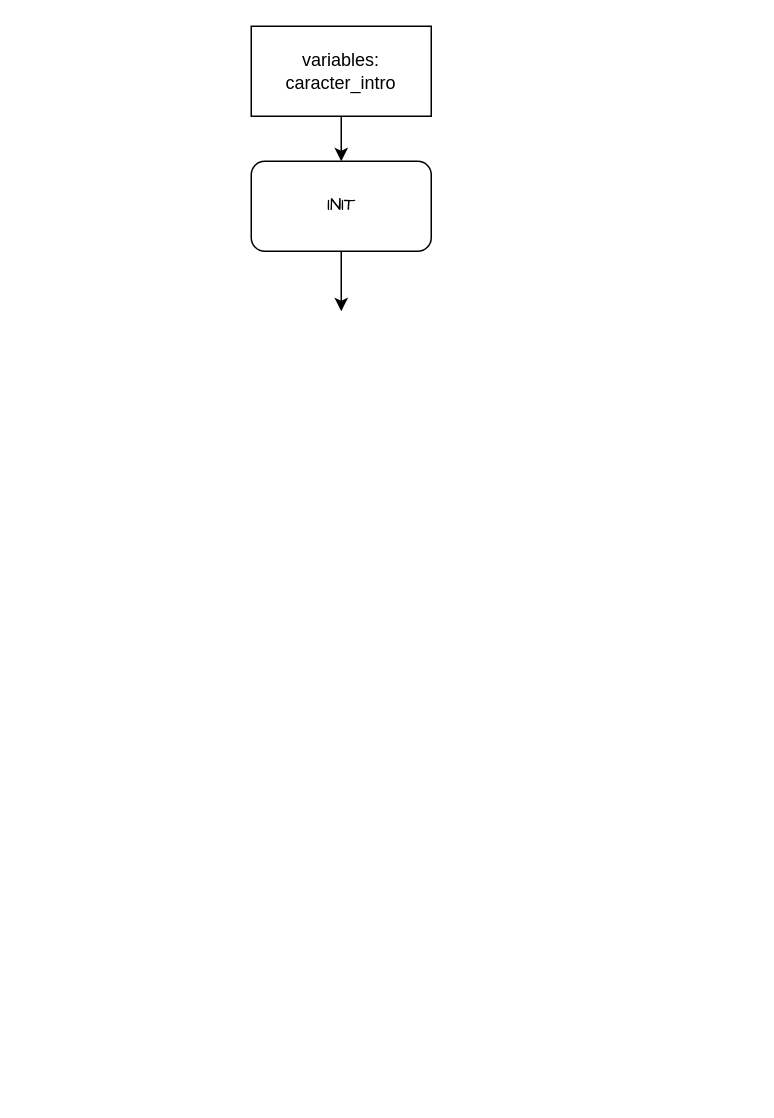
The draw.io diagram Diagrma-practica-0102-1.drawio in jlojimeagu/practica0102_GIThub, before the edit. Source tidied: cells renumbered, new cells numbered last; positions are measured from the earlier drawing's top-left corner, leaving out a move shared by most shapes. Both pictures are drawn from the tidied source at 150%, with x=0, y=0 at pixel (250, 26).
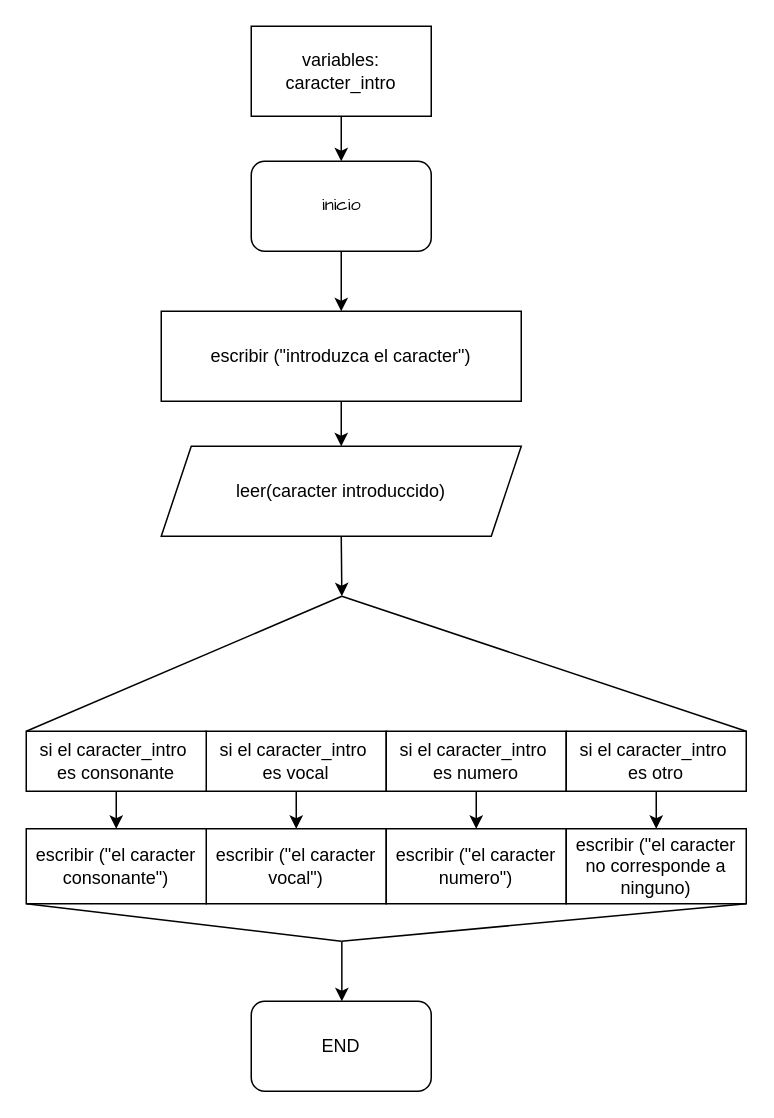
After the change.

What changed in the source:
```diff
@@
-    <mxCell id="3" value="INIT" style="text;html=1;align=center;verticalAlign=middle;fillColor=none;strokeColor=none;rounded=0;labelBackgroundColor=none;strokeWidth=1;fontFamily=Comic Sans MS;" parent="1" vertex="1">
+    <mxCell id="3" value="inicio" style="text;html=1;align=center;verticalAlign=middle;fillColor=none;strokeColor=none;rounded=0;labelBackgroundColor=none;strokeWidth=1;fontFamily=Comic Sans MS;" parent="1" vertex="1">
       <mxGeometry x="35" y="105" width="50" height="30" as="geometry" />
     </mxCell>
@@
+    <mxCell id="7" style="edgeStyle=orthogonalEdgeStyle;rounded=0;jettySize=auto;html=1;exitX=0.5;exitY=1;exitDx=0;exitDy=0;entryX=0.5;entryY=0;entryDx=0;entryDy=0;" parent="1" edge="1" source="8" target="9">
+      <mxGeometry relative="1" as="geometry" />
+    </mxCell>
+    <mxCell id="8" value="escribir (&quot;introduzca el caracter&quot;)" style="rounded=0;whiteSpace=wrap;html=1;" parent="1" vertex="1">
+      <mxGeometry x="-60" y="190" width="240" height="60" as="geometry" />
+    </mxCell>
+    <mxCell id="9" value="leer(caracter introduccido)" style="shape=parallelogram;perimeter=parallelogramPerimeter;whiteSpace=wrap;html=1;fixedSize=1;" parent="1" vertex="1">
+      <mxGeometry x="-60" y="280" width="240" height="60" as="geometry" />
+    </mxCell>
+    <mxCell id="10" style="endArrow=none;html=1;rounded=0;fontFamily=Comic Sans MS;fontSize=13;exitX=0;exitY=0;exitDx=0;exitDy=0;" parent="1" edge="1" source="23">
+      <mxGeometry relative="1" as="geometry">
+        <mxPoint x="60.4" y="380" as="targetPoint" />
+      </mxGeometry>
+    </mxCell>
+    <mxCell id="11" style="endArrow=none;html=1;rounded=0;fontFamily=Comic Sans MS;fontSize=13;entryX=1;entryY=0;entryDx=0;entryDy=0;" parent="1" edge="1" target="20">
+      <mxGeometry relative="1" as="geometry">
+        <mxPoint x="60.4" y="380" as="sourcePoint" />
+      </mxGeometry>
+    </mxCell>
+    <mxCell id="12" style="endArrow=classic;html=1;rounded=0;fontFamily=Comic Sans MS;fontSize=13;exitX=0.5;exitY=1;exitDx=0;exitDy=0;" parent="1" edge="1" source="9">
+      <mxGeometry relative="1" as="geometry">
+        <mxPoint x="60.4" y="380" as="targetPoint" />
+      </mxGeometry>
+    </mxCell>
+    <mxCell id="13" style="endArrow=none;html=1;rounded=0;fontFamily=Comic Sans MS;fontSize=13;exitX=0;exitY=1;exitDx=0;exitDy=0;" parent="1" edge="1" source="24">
+      <mxGeometry relative="1" as="geometry">
+        <mxPoint x="60" y="610" as="targetPoint" />
+      </mxGeometry>
+    </mxCell>
+    <mxCell id="14" style="endArrow=classic;html=1;rounded=0;fontFamily=Comic Sans MS;fontSize=13;" parent="1" edge="1">
+      <mxGeometry relative="1" as="geometry">
+        <mxPoint x="60.4" y="610" as="sourcePoint" />
+        <mxPoint x="60.4" y="650" as="targetPoint" />
+      </mxGeometry>
+    </mxCell>
+    <mxCell id="15" style="edgeStyle=orthogonalEdgeStyle;rounded=0;jettySize=auto;html=1;exitX=0.5;exitY=1;exitDx=0;exitDy=0;entryX=0.5;entryY=0;entryDx=0;entryDy=0;" parent="1" edge="1" source="16" target="21">
+      <mxGeometry relative="1" as="geometry" />
+    </mxCell>
+    <mxCell id="16" value="si el caracter_intro&amp;nbsp;&lt;br&gt;es vocal" style="rounded=0;whiteSpace=wrap;html=1;" parent="1" vertex="1">
+      <mxGeometry x="-30" y="470" width="120" height="40" as="geometry" />
+    </mxCell>
+    <mxCell id="17" style="edgeStyle=orthogonalEdgeStyle;rounded=0;jettySize=auto;html=1;exitX=0.5;exitY=1;exitDx=0;exitDy=0;entryX=0.5;entryY=0;entryDx=0;entryDy=0;" parent="1" edge="1" source="18" target="25">
+      <mxGeometry relative="1" as="geometry" />
+    </mxCell>
+    <mxCell id="18" value="si el caracter_intro&amp;nbsp;&lt;br&gt;es numero" style="rounded=0;whiteSpace=wrap;html=1;" parent="1" vertex="1">
+      <mxGeometry x="90" y="470" width="120" height="40" as="geometry" />
+    </mxCell>
+    <mxCell id="19" style="edgeStyle=orthogonalEdgeStyle;rounded=0;jettySize=auto;html=1;exitX=0.5;exitY=1;exitDx=0;exitDy=0;entryX=0.5;entryY=0;entryDx=0;entryDy=0;" parent="1" edge="1" source="20" target="26">
+      <mxGeometry relative="1" as="geometry" />
+    </mxCell>
+    <mxCell id="20" value="si el caracter_intro&amp;nbsp;&lt;br&gt;es otro" style="rounded=0;whiteSpace=wrap;html=1;" parent="1" vertex="1">
+      <mxGeometry x="210" y="470" width="120" height="40" as="geometry" />
+    </mxCell>
+    <mxCell id="21" value="escribir (&quot;el caracter vocal&quot;)" style="rounded=0;whiteSpace=wrap;html=1;" parent="1" vertex="1">
+      <mxGeometry x="-30" y="535" width="120" height="50" as="geometry" />
+    </mxCell>
+    <mxCell id="22" style="edgeStyle=orthogonalEdgeStyle;rounded=0;jettySize=auto;html=1;exitX=0.5;exitY=1;exitDx=0;exitDy=0;entryX=0.5;entryY=0;entryDx=0;entryDy=0;" parent="1" edge="1" source="23" target="24">
+      <mxGeometry relative="1" as="geometry" />
+    </mxCell>
+    <mxCell id="23" value="si el caracter_intro&amp;nbsp;&lt;br&gt;es consonante" style="rounded=0;whiteSpace=wrap;html=1;" parent="1" vertex="1">
+      <mxGeometry x="-150" y="470" width="120" height="40" as="geometry" />
+    </mxCell>
+    <mxCell id="24" value="escribir (&quot;el caracter consonante&quot;)" style="rounded=0;whiteSpace=wrap;html=1;" parent="1" vertex="1">
+      <mxGeometry x="-150" y="535" width="120" height="50" as="geometry" />
+    </mxCell>
+    <mxCell id="25" value="escribir (&quot;el caracter numero&quot;)" style="rounded=0;whiteSpace=wrap;html=1;" parent="1" vertex="1">
+      <mxGeometry x="90" y="535" width="120" height="50" as="geometry" />
+    </mxCell>
+    <mxCell id="26" value="escribir (&quot;el caracter no corresponde a ninguno)" style="rounded=0;whiteSpace=wrap;html=1;" parent="1" vertex="1">
+      <mxGeometry x="210" y="535" width="120" height="50" as="geometry" />
+    </mxCell>
+    <mxCell id="27" style="endArrow=none;html=1;rounded=0;entryX=1;entryY=1;entryDx=0;entryDy=0;" parent="1" edge="1" target="26">
+      <mxGeometry relative="1" as="geometry">
+        <mxPoint x="60" y="610" as="sourcePoint" />
+      </mxGeometry>
+    </mxCell>
+    <mxCell id="28" value="END" style="rounded=1;whiteSpace=wrap;html=1;" parent="1" vertex="1">
+      <mxGeometry y="650" width="120" height="60" as="geometry" />
+    </mxCell>
```
